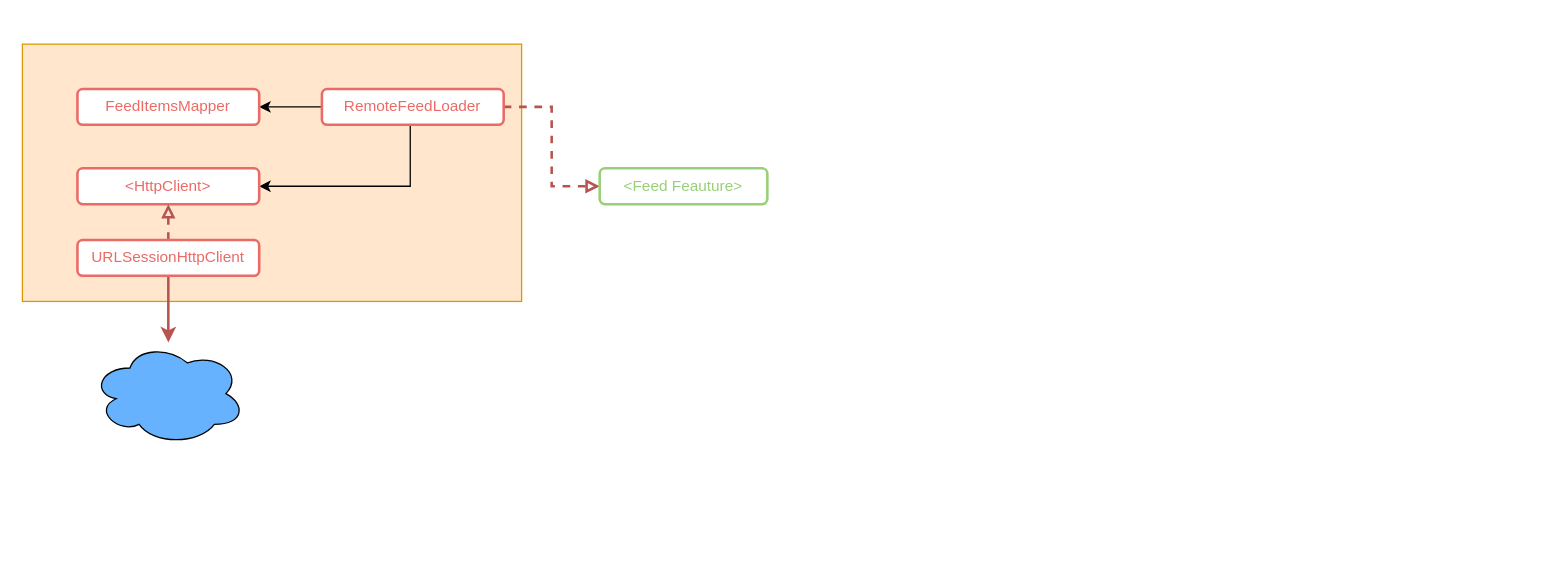
The draw.io diagram FeedAppDiagram.drawio in ispiryan/FeedApp, before the edit. Source tidied: cells renumbered, new cells numbered last; positions are measured from the earlier drawing's top-left corner, leaving out a move shared by most shapes. Both pictures are drawn from the tidied source at 128%, with x=0, y=0 at pixel (22, 44).
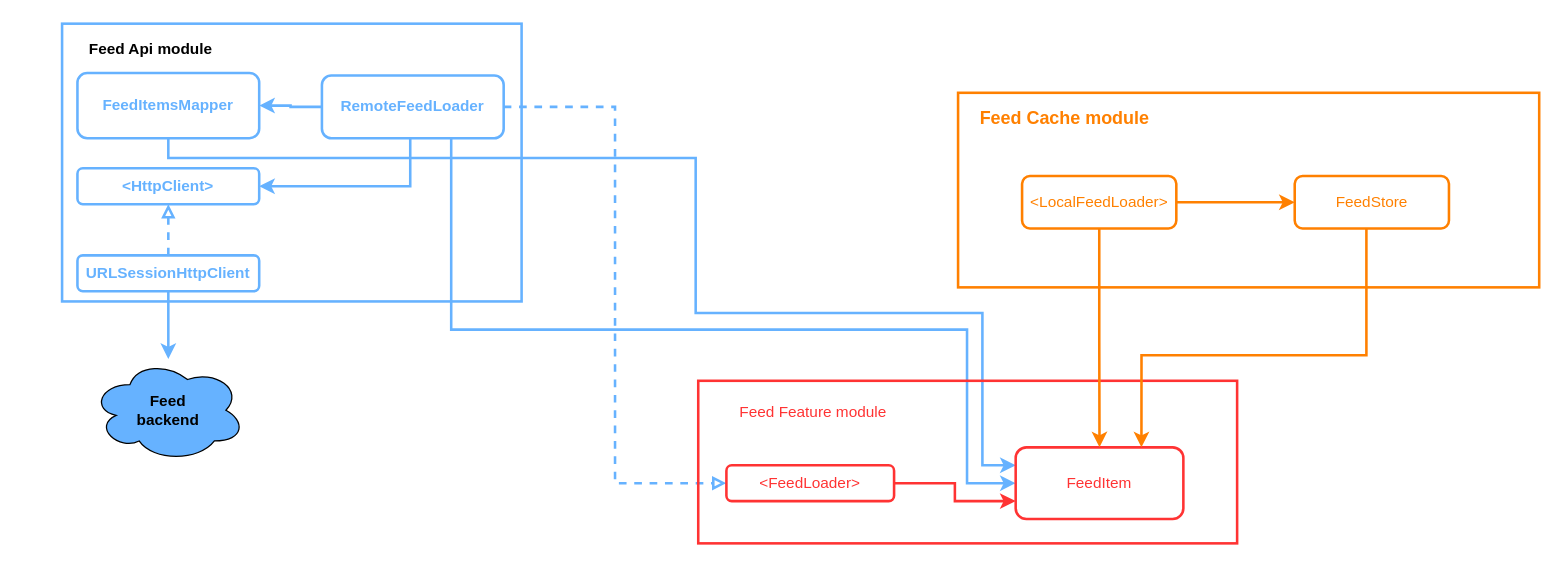
Above is the later version.

Commit message (it also covers changes not shown here):
Update dependency diagram.

Diff of the diagram source:
```diff
@@
-    <mxCell id="2" style="rounded=0;whiteSpace=wrap;html=1;fillColor=#ffe6cc;strokeColor=#d79b00;" parent="1" vertex="1">
-      <mxGeometry width="390" height="201" as="geometry" />
+    <mxCell id="2" style="rounded=0;whiteSpace=wrap;html=1;fillColor=none;strokeColor=#66B2FF;strokeWidth=2;" parent="1" vertex="1">
+      <mxGeometry x="31" y="-16" width="359" height="217" as="geometry" />
     </mxCell>
-    <mxCell id="3" style="edgeStyle=orthogonalEdgeStyle;rounded=0;jettySize=auto;html=1;entryX=0;entryY=0.5;entryDx=0;entryDy=0;dashed=1;strokeWidth=2;strokeColor=#b85450;endArrow=block;endFill=0;fillColor=#f8cecc;" parent="1" edge="1" source="6" target="7">
+    <mxCell id="3" style="edgeStyle=orthogonalEdgeStyle;rounded=0;jettySize=auto;html=1;entryX=0;entryY=0.5;entryDx=0;entryDy=0;dashed=1;strokeWidth=2;strokeColor=#66B2FF;endArrow=block;endFill=0;fillColor=#f8cecc;" parent="1" edge="1" source="6" target="7">
       <mxGeometry relative="1" as="geometry" />
     </mxCell>
-    <mxCell id="4" style="edgeStyle=orthogonalEdgeStyle;rounded=0;jettySize=auto;html=1;" parent="1" edge="1" source="6" target="8">
+    <mxCell id="4" style="edgeStyle=orthogonalEdgeStyle;rounded=0;jettySize=auto;html=1;strokeColor=#66B2FF;strokeWidth=2;" parent="1" edge="1" source="6" target="8">
       <mxGeometry relative="1" as="geometry" />
     </mxCell>
-    <mxCell id="5" style="edgeStyle=orthogonalEdgeStyle;rounded=0;jettySize=auto;html=1;entryX=1;entryY=0.5;entryDx=0;entryDy=0;" parent="1" edge="1" source="6" target="9">
+    <mxCell id="5" style="edgeStyle=orthogonalEdgeStyle;rounded=0;jettySize=auto;html=1;entryX=1;entryY=0.5;entryDx=0;entryDy=0;strokeColor=#66B2FF;strokeWidth=2;" parent="1" edge="1" source="6" target="9">
       <mxGeometry relative="1" as="geometry">
         <Array as="points">
           <mxPoint x="303" y="111" />
         </Array>
       </mxGeometry>
     </mxCell>
+    <mxCell id="14" style="edgeStyle=orthogonalEdgeStyle;rounded=0;jettySize=auto;html=1;entryX=0;entryY=0.5;entryDx=0;entryDy=0;strokeColor=#66B2FF;strokeWidth=2;fontSize=14;fontColor=#FF8000;" parent="1" edge="1" source="6" target="20">
+      <mxGeometry relative="1" as="geometry">
+        <Array as="points">
+          <mxPoint x="335" y="223" />
+          <mxPoint x="738" y="223" />
+          <mxPoint x="738" y="343" />
+        </Array>
+      </mxGeometry>
+    </mxCell>
-    <mxCell id="6" value="RemoteFeedLoader" style="rounded=1;whiteSpace=wrap;html=1;fontColor=#EA6B66;strokeColor=#EA6B66;strokeWidth=2;" parent="1" vertex="1">
-      <mxGeometry x="234" y="35" width="142" height="28" as="geometry" />
+    <mxCell id="6" value="RemoteFeedLoader" style="rounded=1;whiteSpace=wrap;html=1;strokeColor=#66B2FF;strokeWidth=2;fillColor=none;fontColor=#66B2FF;fontStyle=1;" parent="1" vertex="1">
+      <mxGeometry x="234" y="24.5" width="142" height="49" as="geometry" />
     </mxCell>
-    <mxCell id="7" value="&amp;lt;Feed Feauture&amp;gt;" style="rounded=1;whiteSpace=wrap;html=1;fontColor=#97D077;strokeColor=#97D077;strokeWidth=2;" parent="1" vertex="1">
-      <mxGeometry x="451" y="97" width="131" height="28" as="geometry" />
-    </mxCell>
+    <mxCell id="15" style="edgeStyle=orthogonalEdgeStyle;rounded=0;jettySize=auto;html=1;entryX=0;entryY=0.25;entryDx=0;entryDy=0;strokeColor=#66B2FF;strokeWidth=2;fontSize=14;fontColor=#FF8000;" parent="1" edge="1" source="8" target="20">
+      <mxGeometry relative="1" as="geometry">
+        <Array as="points">
+          <mxPoint x="114" y="89" />
+          <mxPoint x="526" y="89" />
+          <mxPoint x="526" y="210" />
+          <mxPoint x="750" y="210" />
+          <mxPoint x="750" y="329" />
+        </Array>
+      </mxGeometry>
+    </mxCell>
-    <mxCell id="8" value="FeedItemsMapper" style="rounded=1;whiteSpace=wrap;html=1;fontColor=#EA6B66;strokeColor=#EA6B66;strokeWidth=2;" parent="1" vertex="1">
-      <mxGeometry x="43" y="35" width="142" height="28" as="geometry" />
+    <mxCell id="8" value="FeedItemsMapper" style="rounded=1;whiteSpace=wrap;html=1;strokeColor=#66B2FF;strokeWidth=2;fillColor=none;fontColor=#66B2FF;fontStyle=1;" parent="1" vertex="1">
+      <mxGeometry x="43" y="22.5" width="142" height="51" as="geometry" />
     </mxCell>
-    <mxCell id="9" value="&amp;lt;HttpClient&amp;gt;" style="rounded=1;whiteSpace=wrap;html=1;fontColor=#EA6B66;strokeColor=#EA6B66;strokeWidth=2;" parent="1" vertex="1">
+    <mxCell id="9" value="&amp;lt;HttpClient&amp;gt;" style="rounded=1;whiteSpace=wrap;html=1;strokeColor=#66B2FF;strokeWidth=2;fillColor=none;fontColor=#66B2FF;fontStyle=1;" parent="1" vertex="1">
       <mxGeometry x="43" y="97" width="142" height="28" as="geometry" />
     </mxCell>
-    <mxCell id="10" style="edgeStyle=orthogonalEdgeStyle;rounded=0;jettySize=auto;html=1;exitX=0.5;exitY=0;exitDx=0;exitDy=0;entryX=0.5;entryY=1;entryDx=0;entryDy=0;dashed=1;endArrow=block;endFill=0;strokeWidth=2;fillColor=#f8cecc;strokeColor=#b85450;" parent="1" edge="1" source="12" target="9">
+    <mxCell id="10" style="edgeStyle=orthogonalEdgeStyle;rounded=0;jettySize=auto;html=1;exitX=0.5;exitY=0;exitDx=0;exitDy=0;entryX=0.5;entryY=1;entryDx=0;entryDy=0;dashed=1;endArrow=block;endFill=0;strokeWidth=2;fillColor=#f8cecc;strokeColor=#66B2FF;" parent="1" edge="1" source="12" target="9">
       <mxGeometry relative="1" as="geometry" />
     </mxCell>
-    <mxCell id="11" style="edgeStyle=orthogonalEdgeStyle;rounded=0;jettySize=auto;html=1;strokeWidth=2;fillColor=#f8cecc;strokeColor=#b85450;" parent="1" edge="1" source="12" target="13">
+    <mxCell id="11" style="edgeStyle=orthogonalEdgeStyle;rounded=0;jettySize=auto;html=1;strokeWidth=2;fillColor=#f8cecc;strokeColor=#66B2FF;" parent="1" edge="1" source="12" target="13">
       <mxGeometry relative="1" as="geometry" />
     </mxCell>
-    <mxCell id="12" value="URLSessionHttpClient" style="rounded=1;whiteSpace=wrap;html=1;fontColor=#EA6B66;strokeColor=#EA6B66;strokeWidth=2;" parent="1" vertex="1">
-      <mxGeometry x="43" y="153" width="142" height="28" as="geometry" />
+    <mxCell id="12" value="URLSessionHttpClient" style="rounded=1;whiteSpace=wrap;html=1;strokeColor=#66B2FF;strokeWidth=2;fillColor=none;fontColor=#66B2FF;fontStyle=1;" parent="1" vertex="1">
+      <mxGeometry x="43" y="165" width="142" height="28" as="geometry" />
     </mxCell>
-    <mxCell id="13" style="ellipse;shape=cloud;whiteSpace=wrap;html=1;fillColor=#66B2FF;" parent="1" vertex="1">
-      <mxGeometry x="54" y="233" width="120" height="80" as="geometry" />
+    <mxCell id="13" value="&lt;b&gt;Feed&lt;br&gt;backend&lt;/b&gt;" style="ellipse;shape=cloud;whiteSpace=wrap;html=1;fillColor=#66B2FF;" parent="1" vertex="1">
+      <mxGeometry x="54" y="246" width="120" height="80" as="geometry" />
     </mxCell>
+    <mxCell id="16" value="Feed Api module" style="text;html=1;align=center;verticalAlign=middle;strokeColor=none;fillColor=none;fontStyle=1;" parent="1" vertex="1">
+      <mxGeometry x="43" y="-9" width="114" height="26" as="geometry" />
+    </mxCell>
+    <mxCell id="17" style="group;" parent="1" vertex="1">
+      <mxGeometry x="528" y="263" width="421" height="127" as="geometry" />
+    </mxCell>
+    <mxCell id="18" style="rounded=0;whiteSpace=wrap;html=1;strokeColor=#FF3333;strokeWidth=2;fontColor=#FF3333;fillColor=none;" parent="17" vertex="1">
+      <mxGeometry width="421" height="127" as="geometry" />
+    </mxCell>
+    <mxCell id="19" value="Feed Feature module" style="text;html=1;strokeColor=none;fillColor=none;align=center;verticalAlign=middle;whiteSpace=wrap;rounded=0;fontColor=#FF3333;" parent="17" vertex="1">
+      <mxGeometry x="26" y="10" width="128" height="30" as="geometry" />
+    </mxCell>
+    <mxCell id="7" value="&amp;lt;FeedLoader&amp;gt;" style="rounded=1;whiteSpace=wrap;html=1;fontColor=#FF3333;strokeColor=#FF3333;strokeWidth=2;" parent="17" vertex="1">
+      <mxGeometry x="22" y="66" width="131" height="28" as="geometry" />
+    </mxCell>
+    <mxCell id="20" value="FeedItem" style="rounded=1;whiteSpace=wrap;html=1;fontColor=#FF3333;strokeColor=#FF3333;strokeWidth=2;" parent="17" vertex="1">
+      <mxGeometry x="248" y="52" width="131" height="56" as="geometry" />
+    </mxCell>
+    <mxCell id="21" style="edgeStyle=orthogonalEdgeStyle;rounded=0;jettySize=auto;html=1;entryX=0;entryY=0.75;entryDx=0;entryDy=0;strokeColor=#FF3333;strokeWidth=2;fontColor=#FF3333;" parent="17" edge="1" source="7" target="20">
+      <mxGeometry relative="1" as="geometry" />
+    </mxCell>
+    <mxCell id="22" style="group;" parent="1" vertex="1">
+      <mxGeometry x="731" y="38" width="454" height="152" as="geometry" />
+    </mxCell>
+    <mxCell id="23" style="group;" parent="22" vertex="1">
+      <mxGeometry width="454" height="152" as="geometry" />
+    </mxCell>
+    <mxCell id="24" style="rounded=0;whiteSpace=wrap;html=1;strokeColor=#FF8000;strokeWidth=2;fontColor=#FF3333;fillColor=none;" parent="23" vertex="1">
+      <mxGeometry width="454" height="152" as="geometry" />
+    </mxCell>
+    <mxCell id="25" value="Feed Cache module" style="text;strokeColor=none;fillColor=none;align=center;verticalAlign=middle;rounded=0;fontColor=#FF8000;labelBackgroundColor=none;labelBorderColor=none;html=1;whiteSpace=wrap;fontStyle=1;fontSize=14;" parent="23" vertex="1">
+      <mxGeometry x="7" y="5" width="153" height="30" as="geometry" />
+    </mxCell>
+    <mxCell id="26" value="&amp;lt;LocalFeedLoader&amp;gt;" style="rounded=1;whiteSpace=wrap;html=1;strokeColor=#FF8000;strokeWidth=2;fontColor=#FF8000;fillColor=none;" parent="23" vertex="1">
+      <mxGeometry x="50" y="65" width="120.5" height="41" as="geometry" />
+    </mxCell>
+    <mxCell id="27" value="FeedStore" style="rounded=1;whiteSpace=wrap;html=1;strokeColor=#FF8000;strokeWidth=2;fontColor=#FF8000;fillColor=none;" parent="23" vertex="1">
+      <mxGeometry x="263" y="65" width="120.5" height="41" as="geometry" />
+    </mxCell>
+    <mxCell id="28" style="edgeStyle=orthogonalEdgeStyle;rounded=0;jettySize=auto;html=1;strokeColor=#FF8000;strokeWidth=2;fontSize=14;fontColor=#FF8000;" parent="23" edge="1" source="26" target="27">
+      <mxGeometry relative="1" as="geometry" />
+    </mxCell>
+    <mxCell id="29" style="edgeStyle=orthogonalEdgeStyle;rounded=0;jettySize=auto;html=1;entryX=0.5;entryY=0;entryDx=0;entryDy=0;strokeColor=#FF8000;strokeWidth=2;fontSize=14;fontColor=#FF8000;" parent="1" edge="1" source="26" target="20">
+      <mxGeometry relative="1" as="geometry" />
+    </mxCell>
+    <mxCell id="30" style="edgeStyle=orthogonalEdgeStyle;rounded=0;jettySize=auto;html=1;entryX=0.75;entryY=0;entryDx=0;entryDy=0;strokeColor=#FF8000;strokeWidth=2;fontSize=14;fontColor=#FF8000;" parent="1" edge="1" source="27" target="20">
+      <mxGeometry relative="1" as="geometry">
+        <Array as="points">
+          <mxPoint x="1050" y="243" />
+          <mxPoint x="874" y="243" />
+        </Array>
+      </mxGeometry>
+    </mxCell>
```
